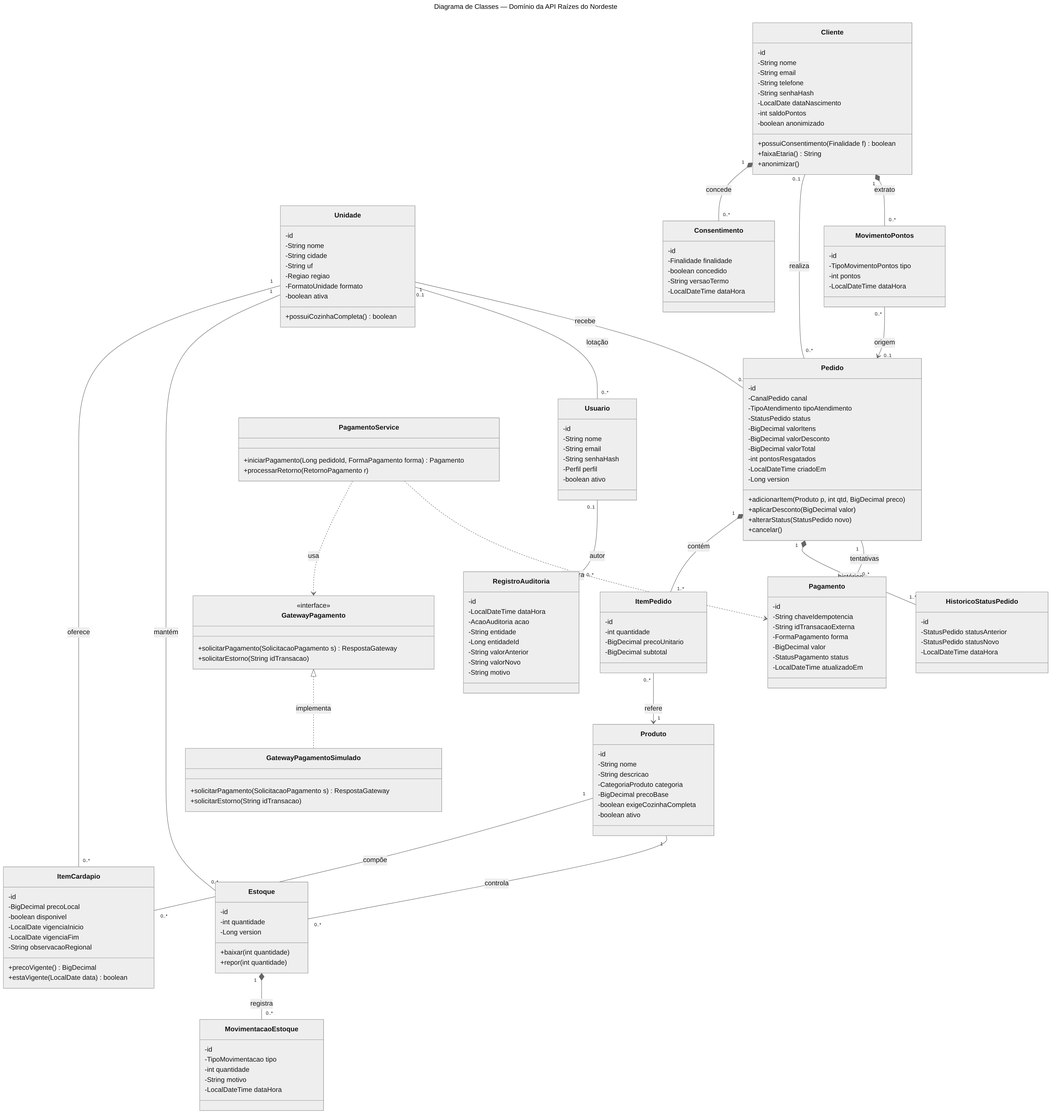
The Mermaid diagram docs/diagramas/classes.png in drewconhevalik/raizes-do-nordeste-api, before a commit. Its source is kept beside it as docs/diagramas/fontes/classes.mmd. Source of this version:
```mermaid
---
title: Diagrama de Classes — Domínio da API Raízes do Nordeste
---
classDiagram
    direction TB

    class Unidade {
        -id
        -String nome
        -String cidade
        -String uf
        -Regiao regiao
        -FormatoUnidade formato
        -boolean ativa
        +possuiCozinhaCompleta() boolean
    }
    class Produto {
        -id
        -String nome
        -String descricao
        -CategoriaProduto categoria
        -BigDecimal precoBase
        -boolean exigeCozinhaCompleta
        -boolean ativo
    }
    class ItemCardapio {
        -id
        -BigDecimal precoLocal
        -boolean disponivel
        -LocalDate vigenciaInicio
        -LocalDate vigenciaFim
        -String observacaoRegional
        +precoVigente() BigDecimal
        +estaVigente(LocalDate data) boolean
    }
    class Estoque {
        -id
        -int quantidade
        -Long version
        +baixar(int quantidade)
        +repor(int quantidade)
    }
    class MovimentacaoEstoque {
        -id
        -TipoMovimentacao tipo
        -int quantidade
        -String motivo
        -LocalDateTime dataHora
    }
    class Usuario {
        -id
        -String nome
        -String email
        -String senhaHash
        -Perfil perfil
        -boolean ativo
    }
    class Cliente {
        -id
        -String nome
        -String email
        -String telefone
        -String senhaHash
        -LocalDate dataNascimento
        -int saldoPontos
        -boolean anonimizado
        +possuiConsentimento(Finalidade f) boolean
        +faixaEtaria() String
        +anonimizar()
    }
    class Consentimento {
        -id
        -Finalidade finalidade
        -boolean concedido
        -String versaoTermo
        -LocalDateTime dataHora
    }
    class Pedido {
        -id
        -CanalPedido canal
        -TipoAtendimento tipoAtendimento
        -StatusPedido status
        -BigDecimal valorItens
        -BigDecimal valorDesconto
        -BigDecimal valorTotal
        -int pontosResgatados
        -LocalDateTime criadoEm
        -Long version
        +adicionarItem(Produto p, int qtd, BigDecimal preco)
        +aplicarDesconto(BigDecimal valor)
        +alterarStatus(StatusPedido novo)
        +cancelar()
    }
    class ItemPedido {
        -id
        -int quantidade
        -BigDecimal precoUnitario
        -BigDecimal subtotal
    }
    class HistoricoStatusPedido {
        -id
        -StatusPedido statusAnterior
        -StatusPedido statusNovo
        -LocalDateTime dataHora
    }
    class Pagamento {
        -id
        -String chaveIdempotencia
        -String idTransacaoExterna
        -FormaPagamento forma
        -BigDecimal valor
        -StatusPagamento status
        -LocalDateTime atualizadoEm
    }
    class MovimentoPontos {
        -id
        -TipoMovimentoPontos tipo
        -int pontos
        -LocalDateTime dataHora
    }
    class RegistroAuditoria {
        -id
        -LocalDateTime dataHora
        -AcaoAuditoria acao
        -String entidade
        -Long entidadeId
        -String valorAnterior
        -String valorNovo
        -String motivo
    }
    class GatewayPagamento {
        <<interface>>
        +solicitarPagamento(SolicitacaoPagamento s) RespostaGateway
        +solicitarEstorno(String idTransacao)
    }
    class GatewayPagamentoSimulado {
        +solicitarPagamento(SolicitacaoPagamento s) RespostaGateway
        +solicitarEstorno(String idTransacao)
    }
    class PagamentoService {
        +iniciarPagamento(Long pedidoId, FormaPagamento forma) Pagamento
        +processarRetorno(RetornoPagamento r)
    }

    Unidade "1" -- "0..*" ItemCardapio : oferece
    Produto "1" -- "0..*" ItemCardapio : compõe
    Unidade "1" -- "0..*" Estoque : mantém
    Produto "1" -- "0..*" Estoque : controla
    Estoque "1" *-- "0..*" MovimentacaoEstoque : registra
    Unidade "0..1" -- "0..*" Usuario : lotação
    Cliente "1" *-- "0..*" Consentimento : concede
    Cliente "0..1" -- "0..*" Pedido : realiza
    Unidade "1" -- "0..*" Pedido : recebe
    Pedido "1" *-- "1..*" ItemPedido : contém
    ItemPedido "0..*" --> "1" Produto : refere
    Pedido "1" *-- "1..*" HistoricoStatusPedido : histórico
    Pedido "1" -- "0..*" Pagamento : tentativas
    Cliente "1" *-- "0..*" MovimentoPontos : extrato
    MovimentoPontos "0..*" --> "0..1" Pedido : origem
    Usuario "0..1" -- "0..*" RegistroAuditoria : autor
    GatewayPagamento <|.. GatewayPagamentoSimulado : implementa
    PagamentoService ..> GatewayPagamento : usa
    PagamentoService ..> Pagamento : registra
```
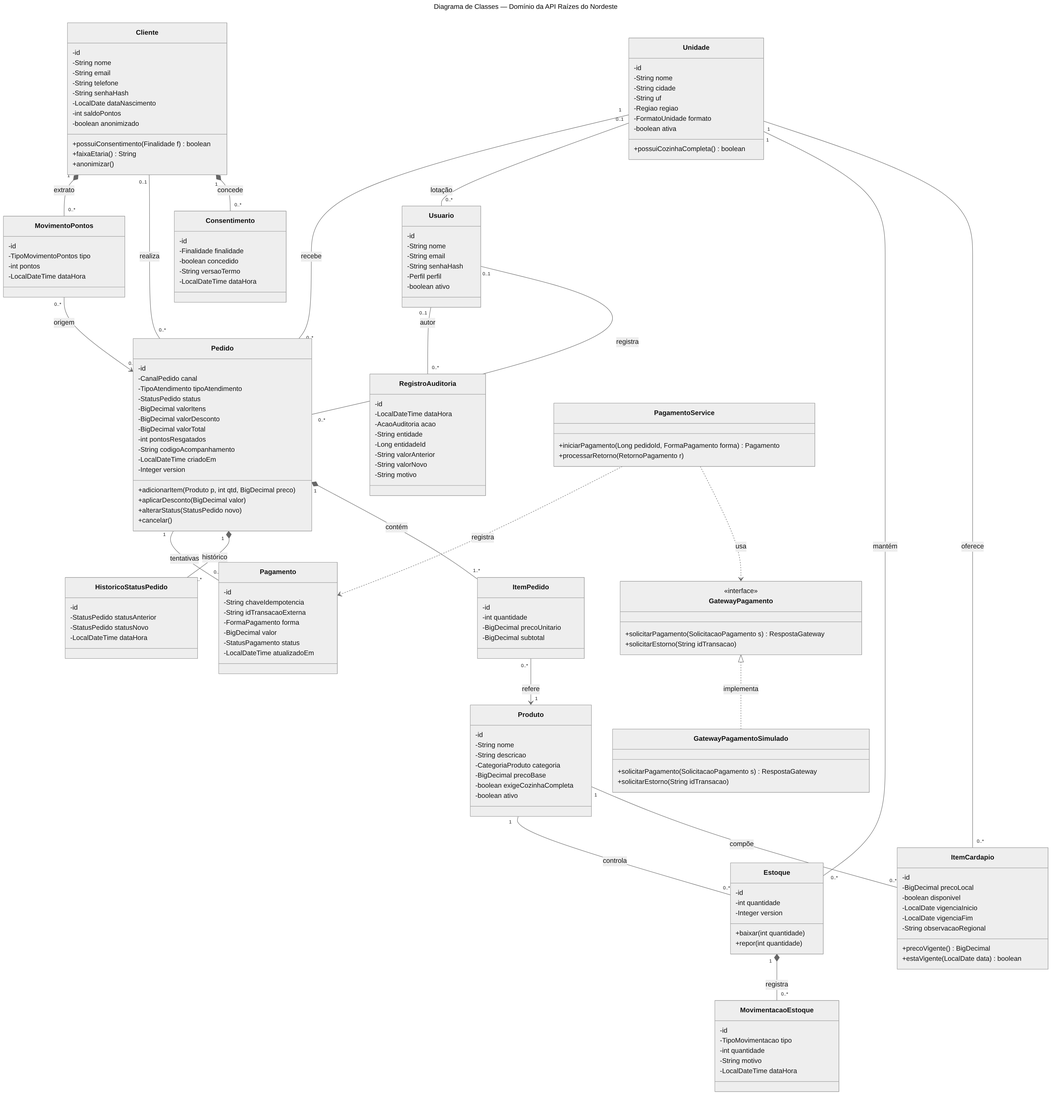
The same file after the commit.

What changed in the source:
```diff
@@ -36,7 +36,7 @@
     class Estoque {
         -id
         -int quantidade
-        -Long version
+        -Integer version
         +baixar(int quantidade)
         +repor(int quantidade)
     }
@@ -84,8 +84,9 @@
         -BigDecimal valorDesconto
         -BigDecimal valorTotal
         -int pontosResgatados
+        -String codigoAcompanhamento
         -LocalDateTime criadoEm
-        -Long version
+        -Integer version
         +adicionarItem(Produto p, int qtd, BigDecimal preco)
         +aplicarDesconto(BigDecimal valor)
         +alterarStatus(StatusPedido novo)
@@ -151,6 +152,7 @@
     Cliente "1" *-- "0..*" Consentimento : concede
     Cliente "0..1" -- "0..*" Pedido : realiza
     Unidade "1" -- "0..*" Pedido : recebe
+    Usuario "0..1" -- "0..*" Pedido : registra
     Pedido "1" *-- "1..*" ItemPedido : contém
     ItemPedido "0..*" --> "1" Produto : refere
     Pedido "1" *-- "1..*" HistoricoStatusPedido : histórico
```
